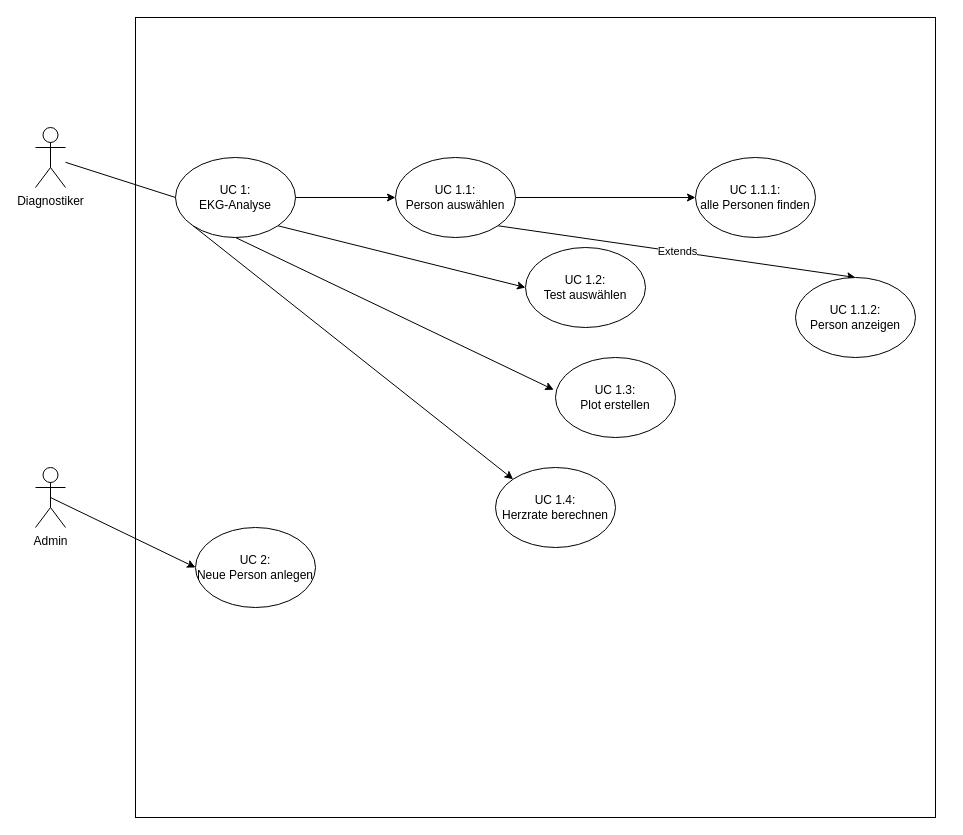
The draw.io diagram docs/uml_usecase.drawio in MaierElias/programmieruebung2_SS2025, before the edit. Source tidied: cells renumbered, new cells numbered last; positions are measured from the earlier drawing's top-left corner, leaving out a move shared by most shapes. Both pictures are drawn from the tidied source at 100%, with x=0, y=0 at pixel (35, 17).
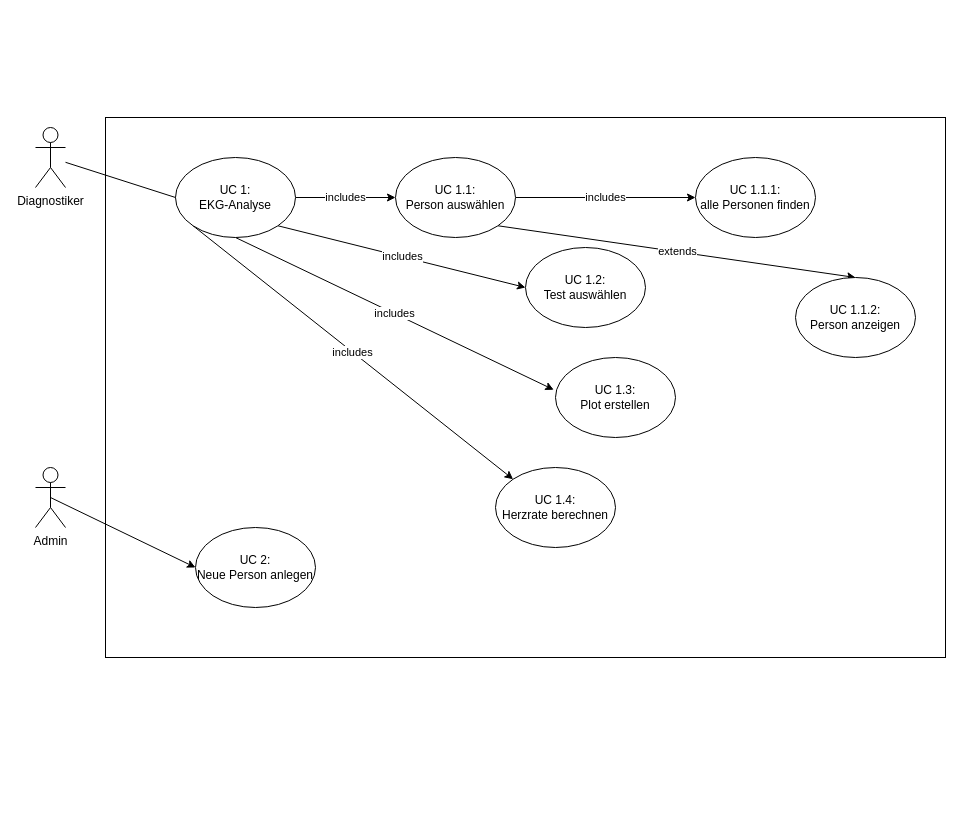
After the change.

Unchanged cells that the change refers to:
```xml
<mxCell id="9" value="UC 1:&lt;div&gt;EKG-Analyse&lt;/div&gt;" style="ellipse;whiteSpace=wrap;html=1;" parent="1" vertex="1">
  <mxGeometry x="140" y="140" width="120" height="80" as="geometry" />
</mxCell>
<mxCell id="12" value="UC 1.1:&lt;div&gt;Person auswählen&lt;/div&gt;" style="ellipse;whiteSpace=wrap;html=1;" parent="1" vertex="1">
  <mxGeometry x="360" y="140" width="120" height="80" as="geometry" />
</mxCell>
<mxCell id="13" value="UC 1.2:&lt;div&gt;Test auswählen&lt;/div&gt;" style="ellipse;whiteSpace=wrap;html=1;" parent="1" vertex="1">
  <mxGeometry x="490" y="230" width="120" height="80" as="geometry" />
</mxCell>
<mxCell id="14" value="UC 1.3:&lt;div&gt;Plot erstellen&lt;/div&gt;" style="ellipse;whiteSpace=wrap;html=1;" parent="1" vertex="1">
  <mxGeometry x="520" y="340" width="120" height="80" as="geometry" />
</mxCell>
<mxCell id="15" value="UC 1.4:&lt;div&gt;Herzrate berechnen&lt;/div&gt;" style="ellipse;whiteSpace=wrap;html=1;" parent="1" vertex="1">
  <mxGeometry x="460" y="450" width="120" height="80" as="geometry" />
</mxCell>
<mxCell id="18" value="Admin" style="shape=umlActor;verticalLabelPosition=bottom;verticalAlign=top;html=1;outlineConnect=0;" parent="1" vertex="1">
  <mxGeometry y="450" width="30" height="60" as="geometry" />
</mxCell>
<mxCell id="19" value="UC 2:&lt;div&gt;Neue Person anlegen&lt;/div&gt;" style="ellipse;whiteSpace=wrap;html=1;" parent="1" vertex="1">
  <mxGeometry x="160" y="510" width="120" height="80" as="geometry" />
</mxCell>
<mxCell id="20" value="UC 1.1.1:&lt;div&gt;alle Personen finden&lt;/div&gt;" style="ellipse;whiteSpace=wrap;html=1;" parent="1" vertex="1">
  <mxGeometry x="660" y="140" width="120" height="80" as="geometry" />
</mxCell>
<mxCell id="21" value="UC 1.1.2:&lt;div&gt;Person anzeigen&lt;/div&gt;" style="ellipse;whiteSpace=wrap;html=1;" parent="1" vertex="1">
  <mxGeometry x="760" y="260" width="120" height="80" as="geometry" />
</mxCell>
```

The edit, as a diff of the source:
```diff
@@
+    <mxCell id="22" style="whiteSpace=wrap;html=1;" parent="1" vertex="1">
+      <mxGeometry x="70" y="100" width="840" height="540" as="geometry" />
+    </mxCell>
@@
-    <mxCell id="3" style="whiteSpace=wrap;html=1;" parent="1" vertex="1">
-      <mxGeometry x="100" width="800" height="800" as="geometry" />
-    </mxCell>
-    <mxCell id="4" style="edgeStyle=none;html=1;exitX=0;exitY=1;exitDx=0;exitDy=0;entryX=0;entryY=0;entryDx=0;entryDy=0;" parent="1" edge="1" source="9" target="15">
+    <mxCell id="4" value="includes" style="edgeStyle=none;html=1;exitX=0;exitY=1;exitDx=0;exitDy=0;entryX=0;entryY=0;entryDx=0;entryDy=0;" parent="1" edge="1" source="9" target="15">
       <mxGeometry relative="1" as="geometry" />
     </mxCell>
-    <mxCell id="5" style="edgeStyle=none;html=1;exitX=0.5;exitY=1;exitDx=0;exitDy=0;entryX=-0.015;entryY=0.403;entryDx=0;entryDy=0;entryPerimeter=0;" parent="1" edge="1" source="9" target="14">
+    <mxCell id="5" value="includes" style="edgeStyle=none;html=1;exitX=0.5;exitY=1;exitDx=0;exitDy=0;entryX=-0.015;entryY=0.403;entryDx=0;entryDy=0;entryPerimeter=0;" parent="1" edge="1" source="9" target="14">
       <mxGeometry relative="1" as="geometry" />
     </mxCell>
@@
-    <mxCell id="7" style="edgeStyle=none;html=1;exitX=1;exitY=1;exitDx=0;exitDy=0;entryX=0;entryY=0.5;entryDx=0;entryDy=0;" parent="1" edge="1" source="9" target="13">
+    <mxCell id="7" value="includes" style="edgeStyle=none;html=1;exitX=1;exitY=1;exitDx=0;exitDy=0;entryX=0;entryY=0.5;entryDx=0;entryDy=0;" parent="1" edge="1" source="9" target="13">
       <mxGeometry relative="1" as="geometry" />
     </mxCell>
-    <mxCell id="8" style="edgeStyle=none;html=1;exitX=1;exitY=0.5;exitDx=0;exitDy=0;entryX=0;entryY=0.5;entryDx=0;entryDy=0;" parent="1" edge="1" source="9" target="12">
+    <mxCell id="8" value="includes" style="edgeStyle=none;html=1;exitX=1;exitY=0.5;exitDx=0;exitDy=0;entryX=0;entryY=0.5;entryDx=0;entryDy=0;" parent="1" edge="1" source="9" target="12">
       <mxGeometry relative="1" as="geometry" />
     </mxCell>
@@
-    <mxCell id="10" style="edgeStyle=none;html=1;exitX=1;exitY=0.5;exitDx=0;exitDy=0;entryX=0;entryY=0.5;entryDx=0;entryDy=0;" parent="1" edge="1" source="12" target="20">
+    <mxCell id="10" value="includes" style="edgeStyle=none;html=1;exitX=1;exitY=0.5;exitDx=0;exitDy=0;entryX=0;entryY=0.5;entryDx=0;entryDy=0;" parent="1" edge="1" source="12" target="20">
       <mxGeometry relative="1" as="geometry" />
     </mxCell>
-    <mxCell id="11" value="Extends" style="edgeStyle=none;html=1;exitX=1;exitY=1;exitDx=0;exitDy=0;entryX=0.5;entryY=0;entryDx=0;entryDy=0;" parent="1" edge="1" source="12" target="21">
+    <mxCell id="11" value="extends" style="edgeStyle=none;html=1;exitX=1;exitY=1;exitDx=0;exitDy=0;entryX=0.5;entryY=0;entryDx=0;entryDy=0;" parent="1" edge="1" source="12" target="21">
       <mxGeometry relative="1" as="geometry" />
     </mxCell>
@@
-    <mxCell id="17" style="edgeStyle=none;html=1;exitX=0.5;exitY=0.5;exitDx=0;exitDy=0;exitPerimeter=0;entryX=0;entryY=0.5;entryDx=0;entryDy=0;" parent="1" edge="1" source="18" target="19">
+    <mxCell id="17" style="html=1;exitX=0.5;exitY=0.5;exitDx=0;exitDy=0;exitPerimeter=0;entryX=0;entryY=0.5;entryDx=0;entryDy=0;startArrow=none;startFill=0;" parent="1" edge="1" source="18" target="19">
       <mxGeometry relative="1" as="geometry" />
     </mxCell>
```
